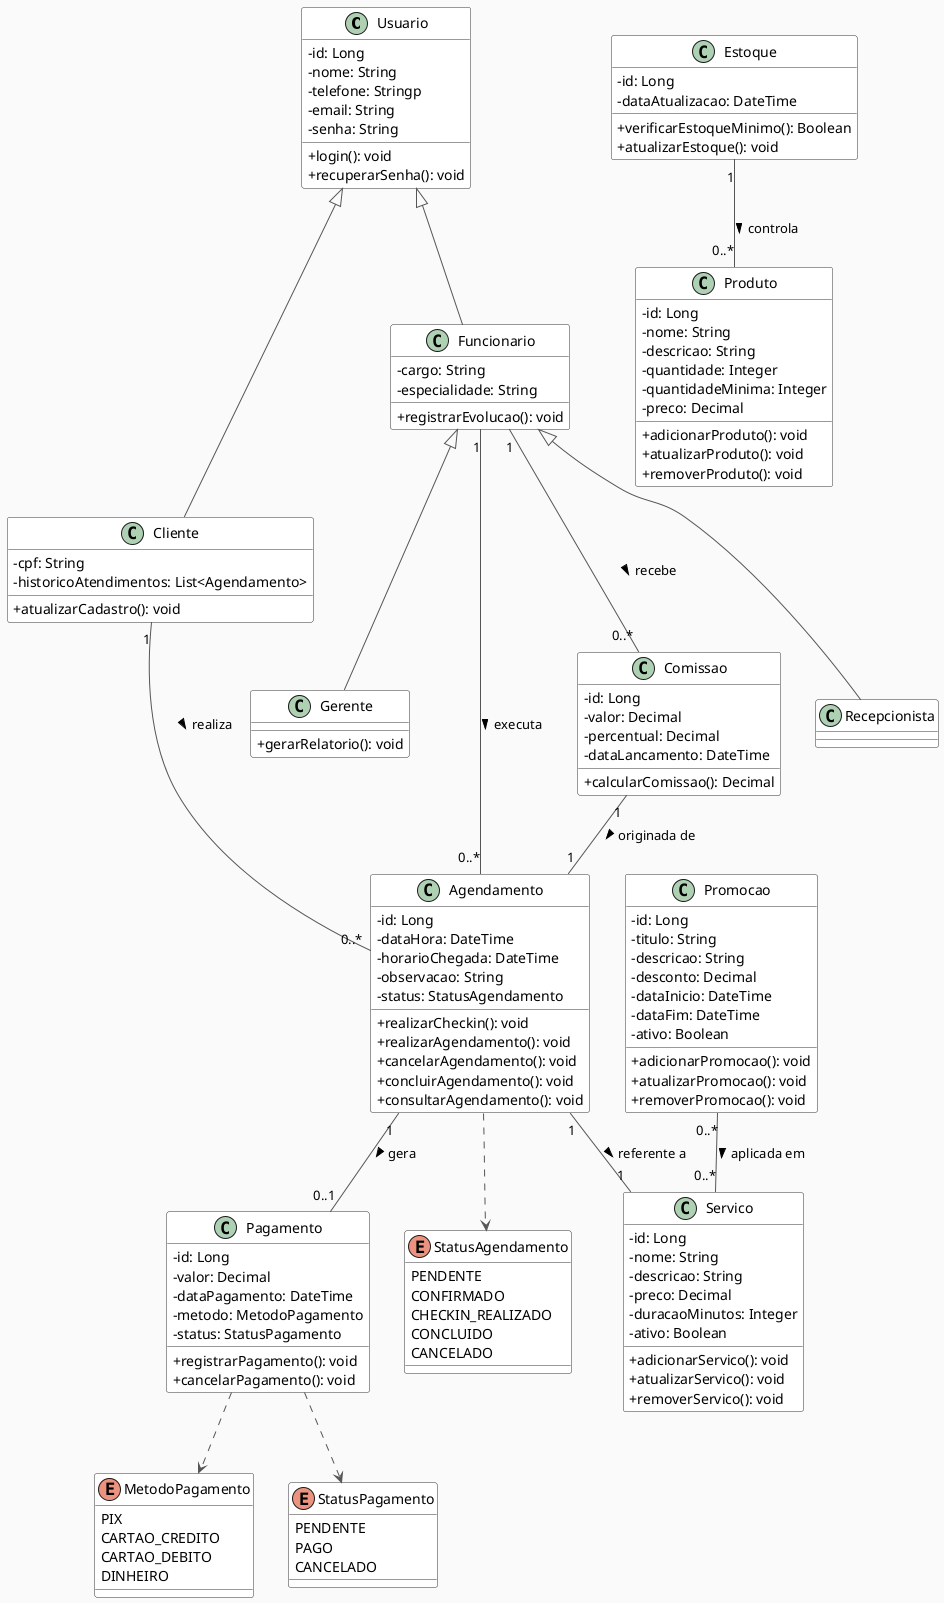
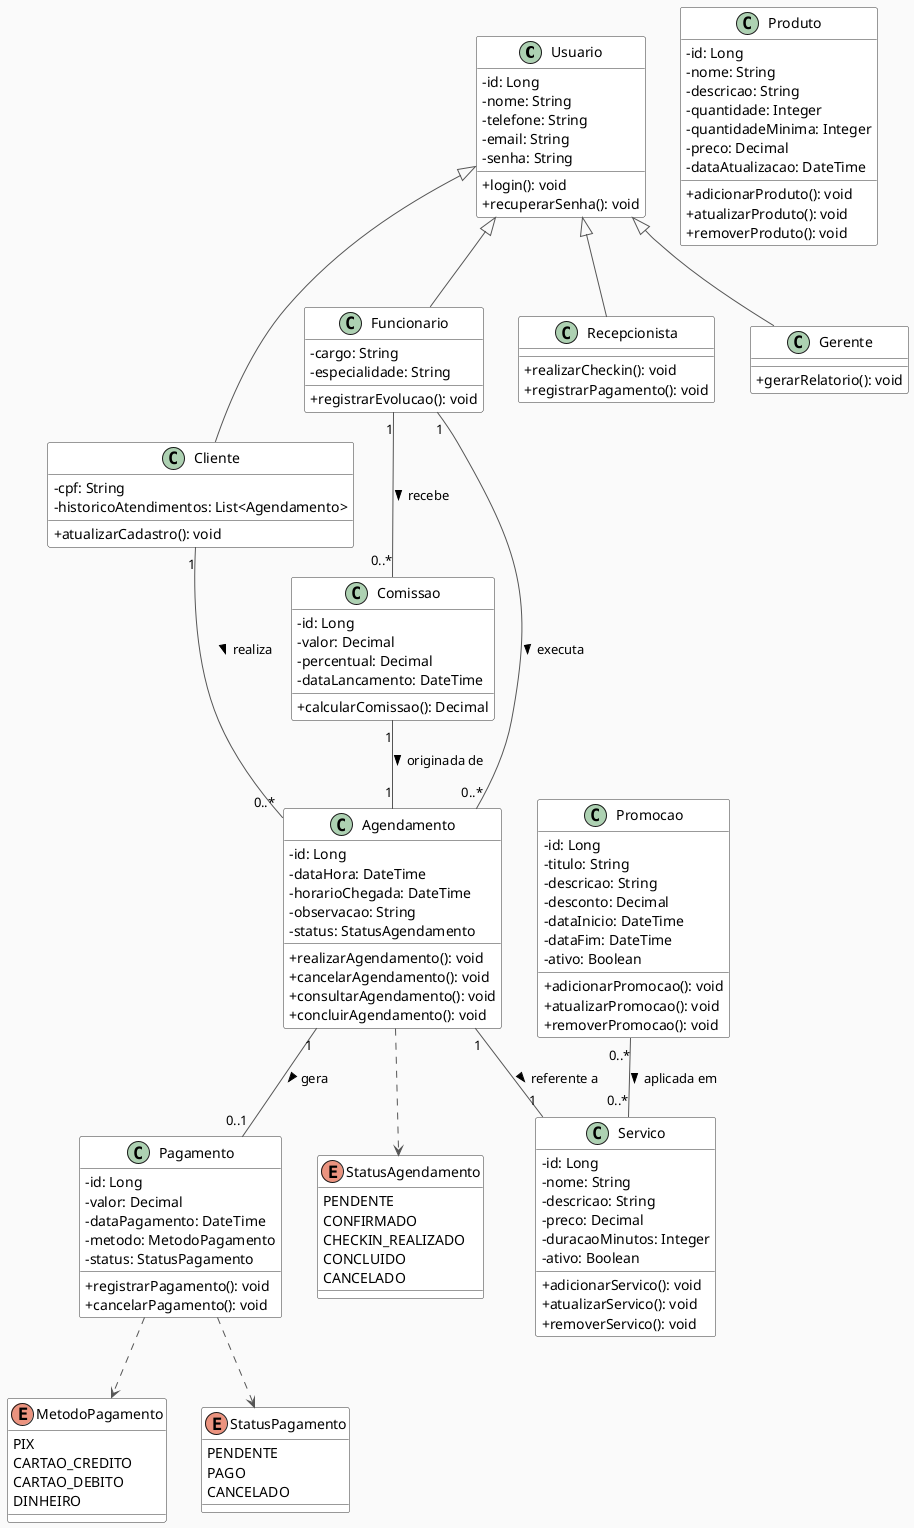
@startuml Diagrama_Classes_DudaSpa

skinparam backgroundColor #FAFAFA
skinparam classAttributeIconSize 0
skinparam classBackgroundColor #FFFFFF
skinparam classBorderColor #333333
skinparam ArrowColor #555555

class Usuario {
  -id: Long
  -nome: String
-   -telefone: Stringp
+   -telefone: String
  -email: String
  -senha: String

  +login(): void
  +recuperarSenha(): void
}

class Cliente {
  -cpf: String
  -historicoAtendimentos: List<Agendamento>

  +atualizarCadastro(): void
}

class Funcionario {
  -cargo: String
  -especialidade: String

  +registrarEvolucao(): void
}

class Recepcionista {
- 
+   +realizarCheckin(): void
+   +registrarPagamento(): void
}

class Gerente {
  +gerarRelatorio(): void
}

class Agendamento {
  -id: Long
  -dataHora: DateTime
  -horarioChegada: DateTime
  -observacao: String
  -status: StatusAgendamento

-   +realizarCheckin(): void
  +realizarAgendamento(): void
  +cancelarAgendamento(): void
+   +consultarAgendamento(): void
  +concluirAgendamento(): void
-   +consultarAgendamento(): void
}

class Servico {
  -id: Long
  -nome: String
  -descricao: String
  -preco: Decimal
  -duracaoMinutos: Integer
  -ativo: Boolean

  +adicionarServico(): void
  +atualizarServico(): void
  +removerServico(): void
}

class Pagamento {
  -id: Long
  -valor: Decimal
  -dataPagamento: DateTime
  -metodo: MetodoPagamento
  -status: StatusPagamento

  +registrarPagamento(): void
  +cancelarPagamento(): void
}

class Comissao {
  -id: Long
  -valor: Decimal
  -percentual: Decimal
  -dataLancamento: DateTime

  +calcularComissao(): Decimal
}

class Produto {
  -id: Long
  -nome: String
  -descricao: String
  -quantidade: Integer
  -quantidadeMinima: Integer
  -preco: Decimal
+   -dataAtualizacao: DateTime

  +adicionarProduto(): void
  +atualizarProduto(): void
  +removerProduto(): void
- }
- 
- class Estoque {
-   -id: Long
-   -dataAtualizacao: DateTime
- 
-   +verificarEstoqueMinimo(): Boolean
-   +atualizarEstoque(): void
}

class Promocao {
  -id: Long
  -titulo: String
  -descricao: String
  -desconto: Decimal
  -dataInicio: DateTime
  -dataFim: DateTime
  -ativo: Boolean

  +adicionarPromocao(): void
  +atualizarPromocao(): void
  +removerPromocao(): void
}

enum StatusAgendamento {
  PENDENTE
  CONFIRMADO
  CHECKIN_REALIZADO
  CONCLUIDO
  CANCELADO
}

enum MetodoPagamento {
  PIX
  CARTAO_CREDITO
  CARTAO_DEBITO
  DINHEIRO
}

enum StatusPagamento {
  PENDENTE
  PAGO
  CANCELADO
}

- ' Herança
+ ' =========================
+ ' HERANÇA
+ ' =========================
+ 
Usuario <|-- Cliente
Usuario <|-- Funcionario
- Funcionario <|-- Recepcionista
- Funcionario <|-- Gerente
+ Usuario <|-- Recepcionista
+ Usuario <|-- Gerente

- ' Relacionamentos
+ ' =========================
+ ' RELACIONAMENTOS
+ ' =========================
+ 
Cliente "1" -- "0..*" Agendamento : realiza >
+ 
Funcionario "1" -- "0..*" Agendamento : executa >

Agendamento "1" -- "1" Servico : referente a >
+ 
Agendamento "1" -- "0..1" Pagamento : gera >

Funcionario "1" -- "0..*" Comissao : recebe >
+ 
Comissao "1" -- "1" Agendamento : originada de >
- 
- Estoque "1" -- "0..*" Produto : controla >

Promocao "0..*" -- "0..*" Servico : aplicada em >

- ' Enums
+ ' =========================
+ ' ENUMS
+ ' =========================
+ 
Agendamento ..> StatusAgendamento
Pagamento ..> MetodoPagamento
Pagamento ..> StatusPagamento

@enduml